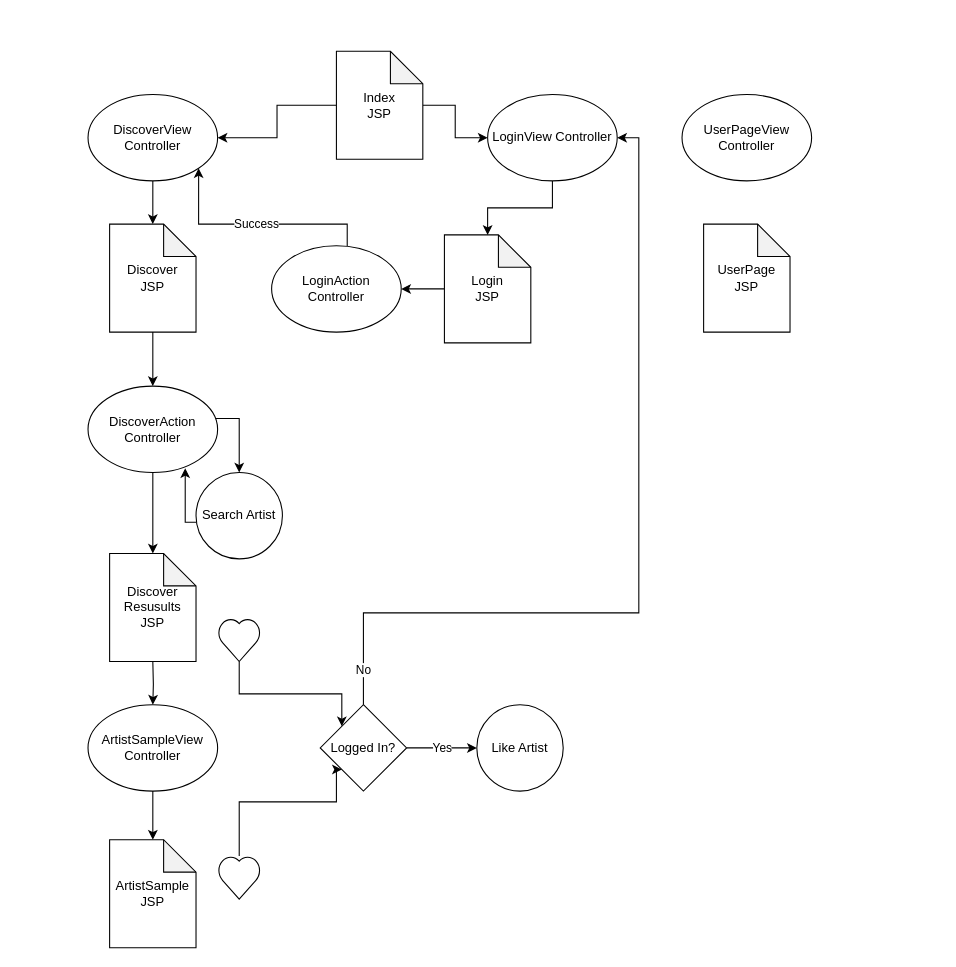
Above: DesignDocuments/AppDiagramDraft.drawio in salamarche/DiscoverMusic (draw.io), before the change. Source tidied: cells renumbered, new cells numbered last; positions are measured from the earlier drawing's top-left corner, leaving out a move shared by most shapes. Both pictures are drawn from the tidied source at 108%, with x=0, y=0 at pixel (87, 51).
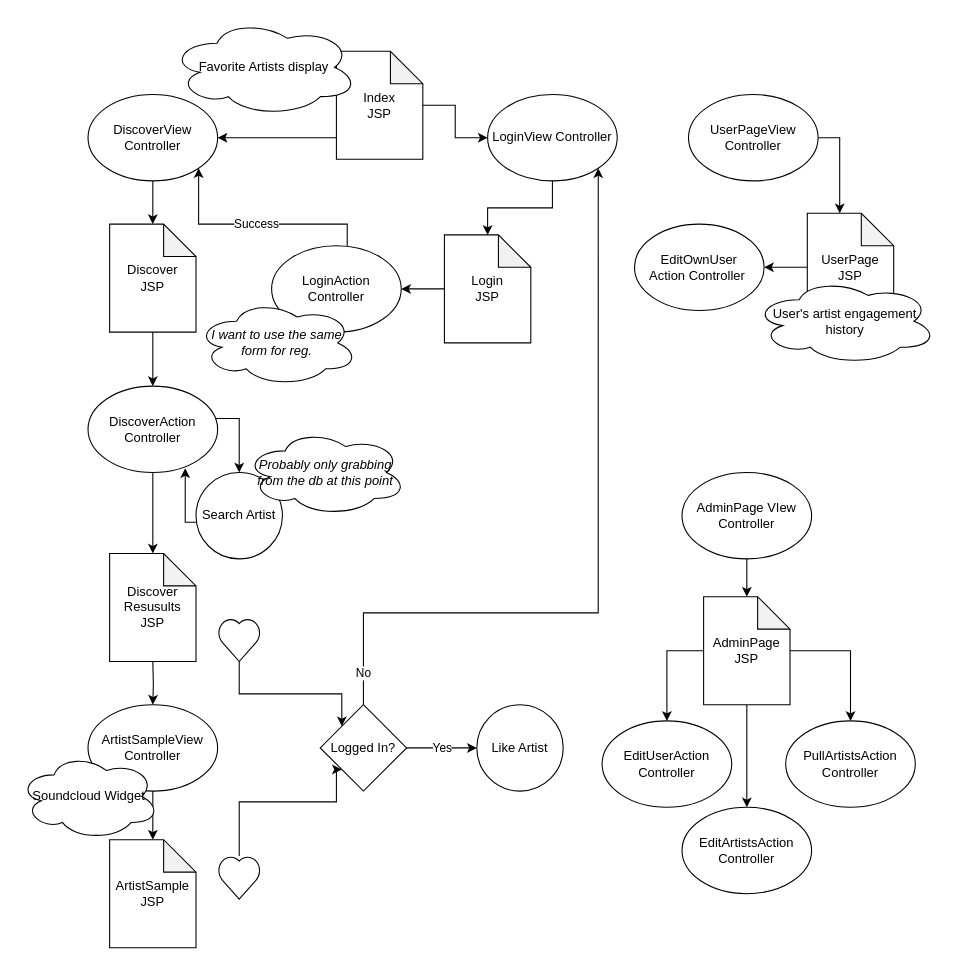
The same diagram, later.

The change refers to these unchanged cells:
```xml
<mxCell id="4" value="Index&lt;br&gt;JSP" style="shape=note;whiteSpace=wrap;html=1;backgroundOutline=1;darkOpacity=0.05;" parent="1" vertex="1">
  <mxGeometry x="230" width="80" height="100" as="geometry" />
</mxCell>
<mxCell id="6" value="DiscoverView Controller" style="ellipse;whiteSpace=wrap;html=1;" parent="1" vertex="1">
  <mxGeometry y="40" width="120" height="80" as="geometry" />
</mxCell>
<mxCell id="8" value="LoginView Controller" style="ellipse;whiteSpace=wrap;html=1;" parent="1" vertex="1">
  <mxGeometry x="370" y="40" width="120" height="80" as="geometry" />
</mxCell>
<mxCell id="25" value="Logged In?" style="rhombus;whiteSpace=wrap;html=1;" parent="1" vertex="1">
  <mxGeometry x="215" y="605" width="80" height="80" as="geometry" />
</mxCell>
```

The edit, as a diff of the source:
```diff
@@
     <mxCell id="2" style="edgeStyle=orthogonalEdgeStyle;rounded=0;jettySize=auto;html=1;entryX=1;entryY=0.5;entryDx=0;entryDy=0;" parent="1" edge="1" source="4" target="6">
-      <mxGeometry relative="1" as="geometry" />
+      <mxGeometry relative="1" as="geometry">
+        <Array as="points">
+          <mxPoint x="206" y="80" />
+          <mxPoint x="206" y="80" />
+        </Array>
+      </mxGeometry>
     </mxCell>
@@
-    <mxCell id="24" value="No" style="edgeStyle=orthogonalEdgeStyle;rounded=0;jettySize=auto;html=1;" parent="1" edge="1" source="25">
+    <mxCell id="24" value="No" style="edgeStyle=orthogonalEdgeStyle;rounded=0;jettySize=auto;html=1;entryX=1;entryY=1;entryDx=0;entryDy=0;" parent="1" edge="1" source="25" target="8">
       <mxGeometry x="-0.92" relative="1" as="geometry">
-        <mxPoint x="490" y="80" as="targetPoint" />
         <Array as="points">
           <mxPoint x="255" y="520" />
-          <mxPoint x="510" y="520" />
-          <mxPoint x="510" y="80" />
+          <mxPoint x="472" y="520" />
         </Array>
       </mxGeometry>
     </mxCell>
@@
+    <mxCell id="35" style="edgeStyle=orthogonalEdgeStyle;rounded=0;jettySize=auto;html=1;" parent="1" edge="1" source="33" target="34">
+      <mxGeometry relative="1" as="geometry">
+        <Array as="points">
+          <mxPoint x="696" y="80" />
+        </Array>
+      </mxGeometry>
+    </mxCell>
     <mxCell id="33" value="UserPageView Controller" style="ellipse;whiteSpace=wrap;html=1;" parent="1" vertex="1">
-      <mxGeometry x="550" y="40" width="120" height="80" as="geometry" />
+      <mxGeometry x="556" y="40" width="120" height="80" as="geometry" />
     </mxCell>
+    <mxCell id="36" style="edgeStyle=orthogonalEdgeStyle;rounded=0;jettySize=auto;html=1;" parent="1" edge="1" source="34" target="51">
+      <mxGeometry relative="1" as="geometry" />
+    </mxCell>
     <mxCell id="34" value="UserPage&lt;br&gt;JSP" style="shape=note;whiteSpace=wrap;html=1;backgroundOutline=1;darkOpacity=0.05;" parent="1" vertex="1">
-      <mxGeometry x="570" y="160" width="80" height="100" as="geometry" />
+      <mxGeometry x="666" y="150" width="80" height="100" as="geometry" />
     </mxCell>
+    <mxCell id="37" value="&lt;i&gt;I want to use the same form for reg.&lt;/i&gt;" style="ellipse;shape=cloud;whiteSpace=wrap;html=1;" parent="1" vertex="1">
+      <mxGeometry x="100" y="230" width="150" height="80" as="geometry" />
+    </mxCell>
+    <mxCell id="38" value="&lt;i&gt;Probably only grabbing from the db at this point&lt;/i&gt;" style="ellipse;shape=cloud;whiteSpace=wrap;html=1;" parent="1" vertex="1">
+      <mxGeometry x="145" y="350" width="150" height="80" as="geometry" />
+    </mxCell>
+    <mxCell id="39" value="User's artist engagement history" style="ellipse;shape=cloud;whiteSpace=wrap;html=1;" parent="1" vertex="1">
+      <mxGeometry x="616" y="210" width="170" height="80" as="geometry" />
+    </mxCell>
+    <mxCell id="40" value="Favorite Artists display" style="ellipse;shape=cloud;whiteSpace=wrap;html=1;" parent="1" vertex="1">
+      <mxGeometry x="76" y="-30" width="174" height="90" as="geometry" />
+    </mxCell>
+    <mxCell id="41" style="edgeStyle=orthogonalEdgeStyle;rounded=0;jettySize=auto;html=1;" parent="1" edge="1" source="42" target="49">
+      <mxGeometry relative="1" as="geometry" />
+    </mxCell>
+    <mxCell id="42" value="AdminPage VIew Controller" style="ellipse;whiteSpace=wrap;html=1;" parent="1" vertex="1">
+      <mxGeometry x="550" y="390" width="120" height="80" as="geometry" />
+    </mxCell>
+    <mxCell id="43" value="EditUserAction Controller" style="ellipse;whiteSpace=wrap;html=1;" parent="1" vertex="1">
+      <mxGeometry x="476" y="620" width="120" height="80" as="geometry" />
+    </mxCell>
+    <mxCell id="44" value="PullArtistsAction Controller" style="ellipse;whiteSpace=wrap;html=1;" parent="1" vertex="1">
+      <mxGeometry x="646" y="620" width="120" height="80" as="geometry" />
+    </mxCell>
+    <mxCell id="45" value="EditArtistsAction&lt;br&gt;Controller" style="ellipse;whiteSpace=wrap;html=1;" parent="1" vertex="1">
+      <mxGeometry x="550" y="700" width="120" height="80" as="geometry" />
+    </mxCell>
+    <mxCell id="46" style="edgeStyle=orthogonalEdgeStyle;rounded=0;jettySize=auto;html=1;entryX=0.5;entryY=0;entryDx=0;entryDy=0;" parent="1" edge="1" source="49" target="43">
+      <mxGeometry relative="1" as="geometry">
+        <Array as="points">
+          <mxPoint x="536" y="555" />
+        </Array>
+      </mxGeometry>
+    </mxCell>
+    <mxCell id="47" style="edgeStyle=orthogonalEdgeStyle;rounded=0;jettySize=auto;html=1;" parent="1" edge="1" source="49" target="45">
+      <mxGeometry relative="1" as="geometry" />
+    </mxCell>
+    <mxCell id="48" style="edgeStyle=orthogonalEdgeStyle;rounded=0;jettySize=auto;html=1;entryX=0.5;entryY=0;entryDx=0;entryDy=0;" parent="1" edge="1" source="49" target="44">
+      <mxGeometry relative="1" as="geometry">
+        <Array as="points">
+          <mxPoint x="706" y="555" />
+        </Array>
+      </mxGeometry>
+    </mxCell>
+    <mxCell id="49" value="AdminPage&lt;br&gt;JSP" style="shape=note;whiteSpace=wrap;html=1;backgroundOutline=1;darkOpacity=0.05;" parent="1" vertex="1">
+      <mxGeometry x="570" y="505" width="80" height="100" as="geometry" />
+    </mxCell>
+    <mxCell id="50" value="Soundcloud Widget" style="ellipse;shape=cloud;whiteSpace=wrap;html=1;" parent="1" vertex="1">
+      <mxGeometry x="-64" y="650" width="130" height="80" as="geometry" />
+    </mxCell>
+    <mxCell id="51" value="EditOwnUser&lt;br&gt;Action Controller&amp;nbsp;" style="ellipse;whiteSpace=wrap;html=1;" parent="1" vertex="1">
+      <mxGeometry x="506" y="160" width="120" height="80" as="geometry" />
+    </mxCell>
```
